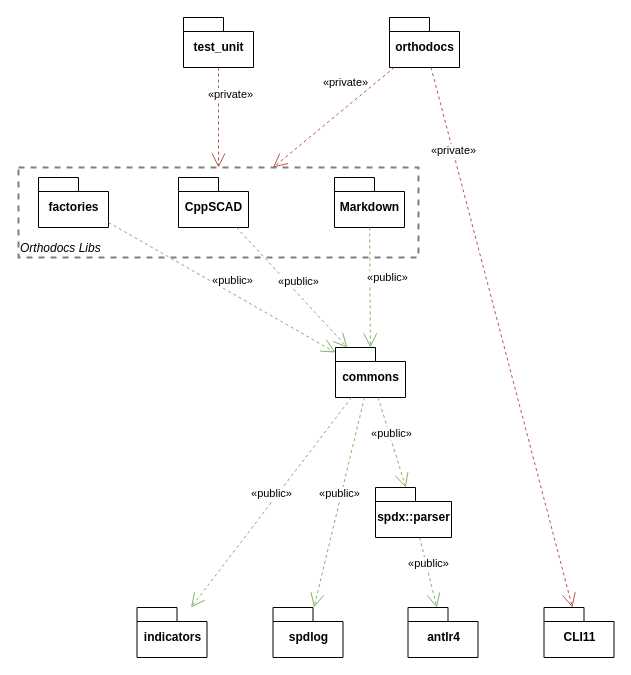
The draw.io diagram page "targets" (6 of 7) of docs/process.drawio in ggabbiani/orthodocs, before the edit. Source tidied: cells renumbered, new cells numbered last; positions are measured from the earlier drawing's top-left corner, leaving out a move shared by most shapes. Both pictures are drawn from the tidied source at 100%, with x=0, y=0 at pixel (18, 17).
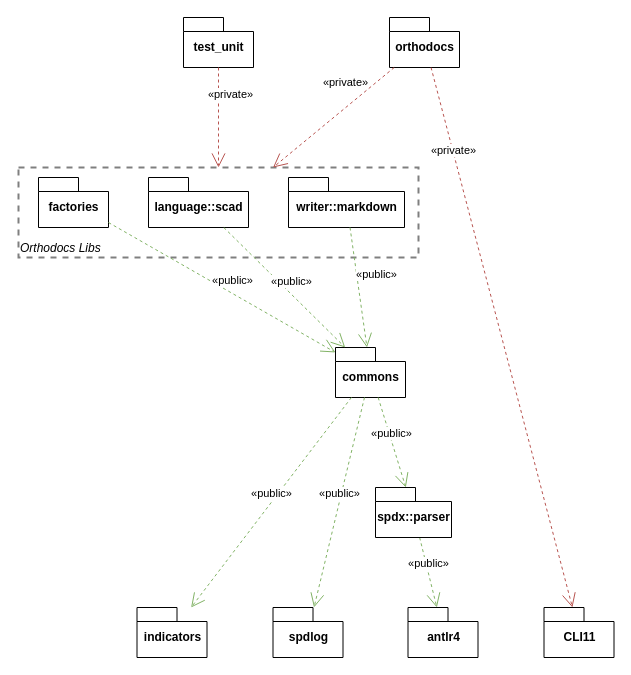
The same diagram, later.

Unchanged cells that the change refers to:
```xml
<mxCell id="2" value="Orthodocs Libs" style="rounded=0;whiteSpace=wrap;html=1;fillColor=none;strokeWidth=2;opacity=50;dashed=1;verticalAlign=bottom;fontStyle=2;labelPosition=center;verticalLabelPosition=middle;align=left;" parent="1" vertex="1">
  <mxGeometry y="150" width="400" height="90" as="geometry" />
</mxCell>
```

What changed in the source:
```diff
@@
-    <mxCell id="4" value="CppSCAD" style="shape=folder;fontStyle=1;spacingTop=10;tabWidth=40;tabHeight=14;tabPosition=left;html=1;" parent="2" vertex="1">
-      <mxGeometry x="160" y="10" width="70" height="50" as="geometry" />
+    <mxCell id="4" value="language::scad" style="shape=folder;fontStyle=1;spacingTop=10;tabWidth=40;tabHeight=14;tabPosition=left;html=1;" parent="2" vertex="1">
+      <mxGeometry x="130" y="10" width="100" height="50" as="geometry" />
     </mxCell>
-    <mxCell id="5" value="Markdown" style="shape=folder;fontStyle=1;spacingTop=10;tabWidth=40;tabHeight=14;tabPosition=left;html=1;" parent="2" vertex="1">
-      <mxGeometry x="316" y="10" width="70" height="50" as="geometry" />
+    <mxCell id="5" value="writer::markdown" style="shape=folder;fontStyle=1;spacingTop=10;tabWidth=40;tabHeight=14;tabPosition=left;html=1;" parent="2" vertex="1">
+      <mxGeometry x="270" y="10" width="116" height="50" as="geometry" />
     </mxCell>
```
